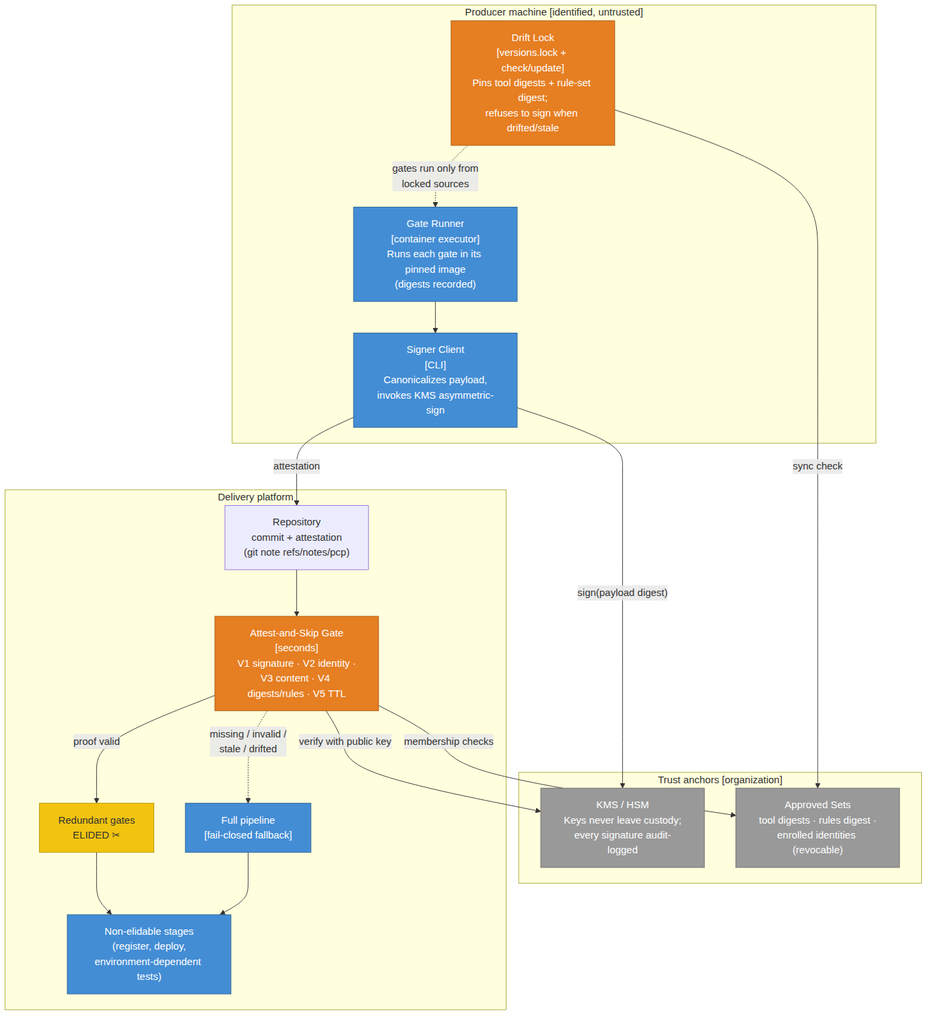
Above: diagrams/c4-containers.png in JackCid89/proof-carrying-pipelines (Mermaid), before the change. Its source is kept beside it as diagrams/c4-containers.mmd. Its diagram source:
```mermaid
flowchart TB
    subgraph producer["Producer machine [identified, untrusted]"]
        direction TB
        gates["Gate Runner<br/>[container executor]<br/>Runs each gate in its pinned image<br/>(digests recorded)"]
        lock["Drift Lock<br/>[versions.lock + check/update]<br/>Pins tool digests + rule-set digest;<br/>refuses to sign when drifted/stale"]
        signer["Signer Client<br/>[CLI]<br/>Canonicalizes payload,<br/>invokes KMS asymmetric-sign"]
        gates --> signer
        lock -.->|"gates run only from<br/>locked sources"| gates
    end

    subgraph anchors["Trust anchors [organization]"]
        direction TB
        kms["KMS / HSM<br/>Keys never leave custody;<br/>every signature audit-logged"]
        registry["Approved Sets<br/>tool digests · rules digest ·<br/>enrolled identities (revocable)"]
    end

    subgraph platform["Delivery platform"]
        direction TB
        git["Repository<br/>commit + attestation<br/>(git note refs/notes/pcp)"]
        gate["Attest-and-Skip Gate<br/>[seconds]<br/>V1 signature · V2 identity ·<br/>V3 content · V4 digests/rules · V5 TTL"]
        skip["Redundant gates<br/>ELIDED ✂"]
        full["Full pipeline<br/>[fail-closed fallback]"]
        rest["Non-elidable stages<br/>(register, deploy,<br/>environment-dependent tests)"]
        git --> gate
        gate -- "proof valid" --> skip --> rest
        gate -. "missing / invalid /<br/>stale / drifted" .-> full --> rest
    end

    signer -- "sign(payload digest)" --> kms
    lock -- "sync check" --> registry
    signer -- "attestation" --> git
    gate -- "verify with public key" --> kms
    gate -- "membership checks" --> registry

    classDef c fill:#438dd5,stroke:#2e6295,color:#ffffff
    classDef hl fill:#e67e22,stroke:#a85a12,color:#ffffff
    classDef ext fill:#999999,stroke:#6b6b6b,color:#ffffff
    classDef sk fill:#f1c40f,stroke:#b7950b,color:#333333
    class gates,signer,full,rest c
    class lock,gate hl
    class kms,registry ext
    class skip sk
```
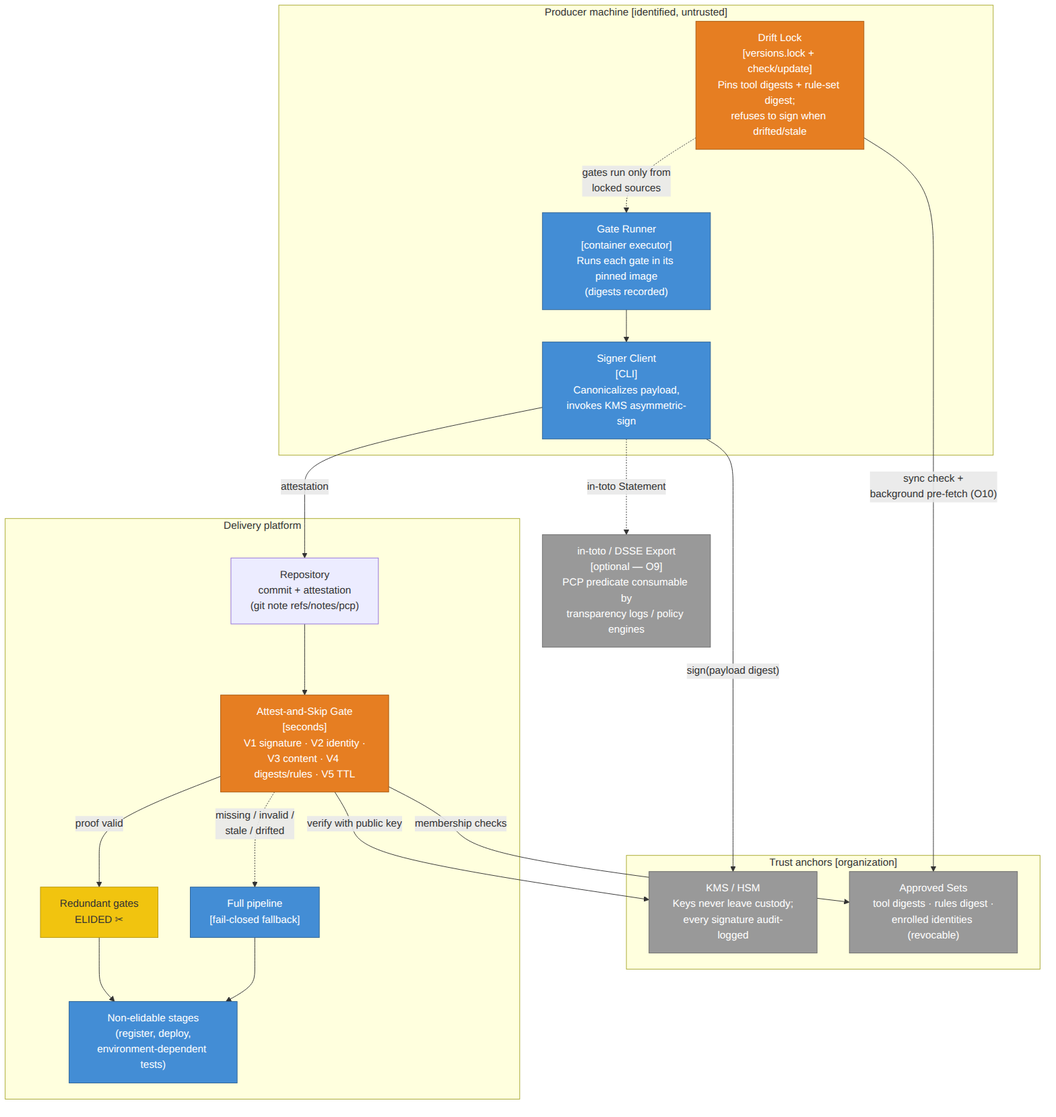
After the commit.

Change to the diagram source:
```diff
@@ -26,9 +26,12 @@
         gate -. "missing / invalid /<br/>stale / drifted" .-> full --> rest
     end
 
+    export["in-toto / DSSE Export<br/>[optional — O9]<br/>PCP predicate consumable by<br/>transparency logs / policy engines"]
+
     signer -- "sign(payload digest)" --> kms
-    lock -- "sync check" --> registry
+    lock -- "sync check +<br/>background pre-fetch (O10)" --> registry
     signer -- "attestation" --> git
+    signer -. "in-toto Statement" .-> export
     gate -- "verify with public key" --> kms
     gate -- "membership checks" --> registry
 
@@ -38,5 +41,5 @@
     classDef sk fill:#f1c40f,stroke:#b7950b,color:#333333
     class gates,signer,full,rest c
     class lock,gate hl
-    class kms,registry ext
+    class kms,registry,export ext
     class skip sk
```
